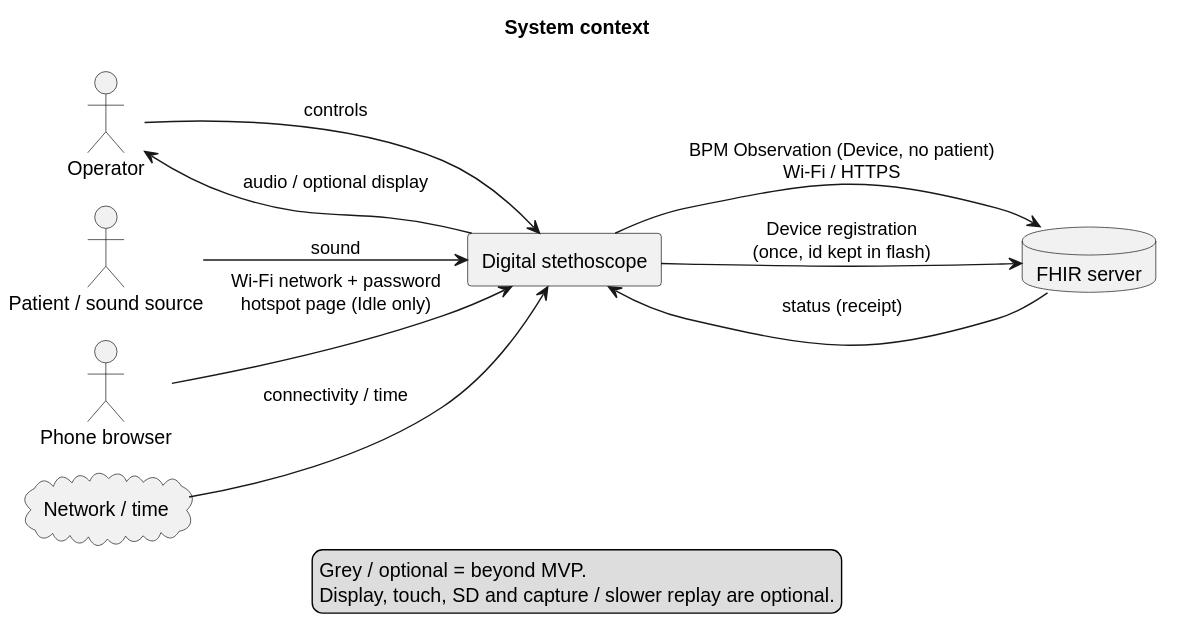
Above: Development/system/architecture/rendered/system_context.svg in DemonicPsychoII/DigitalStethoscope (PlantUML), before the change.
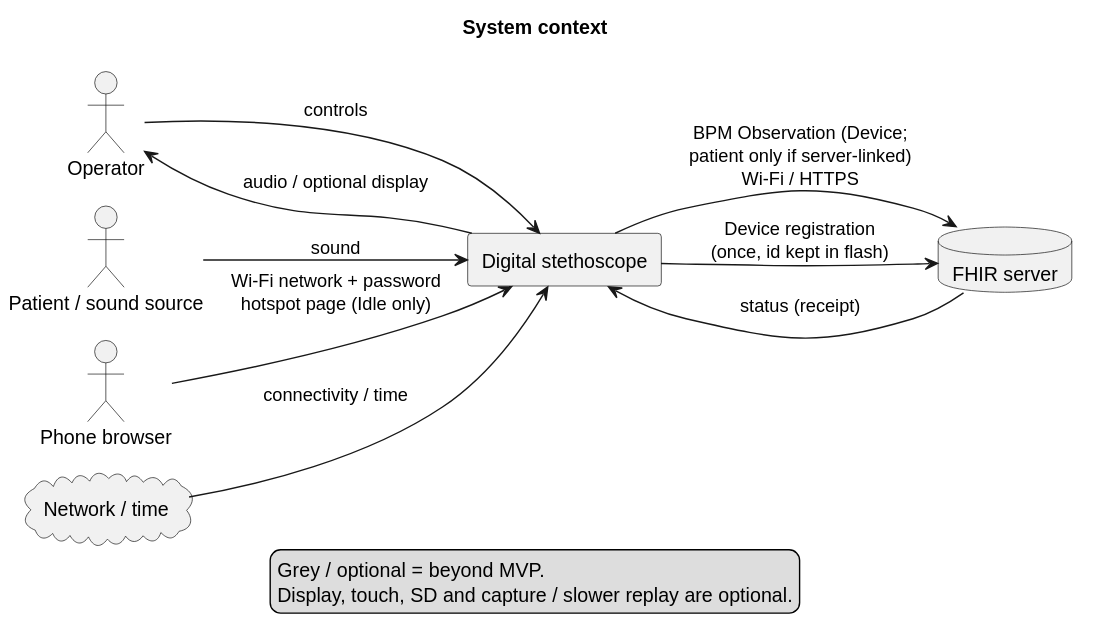
After the change.

What changed in the source:
```diff
@@ -24,7 +24,7 @@
 source --> device : sound
 operator --> device : controls
 device --> operator : audio / optional display
-device --> fhir : BPM Observation (Device, no patient)\nWi-Fi / HTTPS
+device --> fhir : BPM Observation (Device;\npatient only if server-linked)\nWi-Fi / HTTPS
 fhir --> device : status (receipt)
 net --> device : connectivity / time
 phone --> device : Wi-Fi network + password\nhotspot page (Idle only)
```
